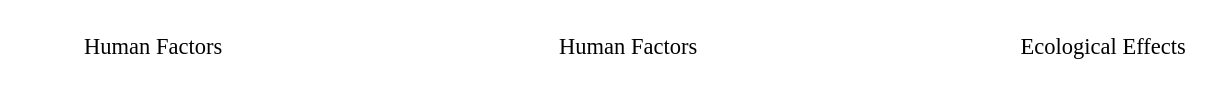
Earlier version of the draw.io diagram Untitled Diagram.drawio (PhamHanni/Files). Source tidied: cells renumbered, new cells numbered last; positions are measured from the earlier drawing's top-left corner, leaving out a move shared by most shapes. Both pictures are drawn from the tidied source at 125%, with x=0, y=0 at pixel (71, 21).
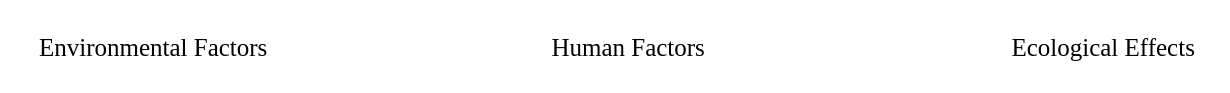
Above is the later version.

Diff of the diagram source:
```diff
@@
 <mxGraphModel>
   <root>
     <mxCell id="0" />
     <mxCell id="1" parent="0" />
-    <mxCell id="2" value="&lt;font style=&quot;font-size: 18px;&quot; face=&quot;Garamond&quot;&gt;Human Factors&lt;/font&gt;" style="text;html=1;align=center;verticalAlign=middle;strokeColor=none;fillColor=none;" parent="1" vertex="1">
-      <mxGeometry x="380" width="130" height="40" as="geometry" />
+    <mxCell id="2" value="&lt;font style=&quot;font-size: 20px;&quot; face=&quot;Garamond&quot;&gt;Human Factors&lt;/font&gt;" style="text;html=1;align=center;verticalAlign=middle;strokeColor=none;fillColor=none;" parent="1" vertex="1">
+      <mxGeometry x="370" width="150" height="40" as="geometry" />
     </mxCell>
-    <mxCell id="3" value="&lt;font style=&quot;font-size: 18px;&quot; face=&quot;Garamond&quot;&gt;Human Factors&lt;/font&gt;" style="text;html=1;align=center;verticalAlign=middle;strokeColor=none;fillColor=none;" parent="1" vertex="1">
-      <mxGeometry width="130" height="40" as="geometry" />
+    <mxCell id="3" value="&lt;font face=&quot;Garamond&quot; style=&quot;font-size: 20px;&quot;&gt;Environmental Factors&lt;/font&gt;" style="text;html=1;align=center;verticalAlign=middle;strokeColor=none;fillColor=none;" parent="1" vertex="1">
+      <mxGeometry x="-40" width="210" height="40" as="geometry" />
     </mxCell>
-    <mxCell id="4" value="&lt;font style=&quot;font-size: 18px;&quot; face=&quot;Garamond&quot;&gt;Ecological Effects&lt;/font&gt;" style="text;html=1;align=center;verticalAlign=middle;strokeColor=none;fillColor=none;" parent="1" vertex="1">
-      <mxGeometry x="745" width="160" height="40" as="geometry" />
+    <mxCell id="4" value="&lt;font style=&quot;font-size: 20px;&quot; face=&quot;Garamond&quot;&gt;Ecological Effects&lt;/font&gt;" style="text;html=1;align=center;verticalAlign=middle;strokeColor=none;fillColor=none;" parent="1" vertex="1">
+      <mxGeometry x="740" width="170" height="40" as="geometry" />
     </mxCell>
   </root>
 </mxGraphModel>
```
